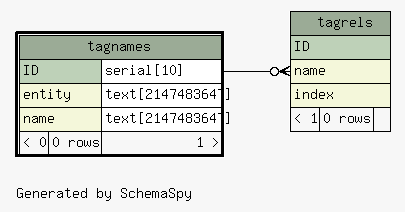
Before: diagrams/tagnames.1degree.png, a diagram exported from Graphviz (zeyosinc/zeyos-schema). Its source is kept beside it as diagrams/tagnames.1degree.dot.
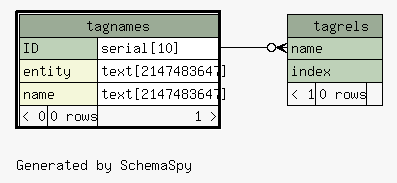
Above is the later version.

The edit, as a diff of the source:
```diff
@@ -34,9 +34,8 @@
     label=<
     <TABLE BORDER="0" CELLBORDER="1" CELLSPACING="0" BGCOLOR="#ffffff">
       <TR><TD COLSPAN="3" BGCOLOR="#9bab96" ALIGN="CENTER">tagrels</TD></TR>
-      <TR><TD PORT="ID" COLSPAN="3" BGCOLOR="#bed1b8" ALIGN="LEFT">ID</TD></TR>
-      <TR><TD PORT="name" COLSPAN="3" BGCOLOR="#f4f7da" ALIGN="LEFT">name</TD></TR>
-      <TR><TD PORT="index" COLSPAN="3" BGCOLOR="#f4f7da" ALIGN="LEFT">index</TD></TR>
+      <TR><TD PORT="name" COLSPAN="3" BGCOLOR="#bed1b8" ALIGN="LEFT">name</TD></TR>
+      <TR><TD PORT="index" COLSPAN="3" BGCOLOR="#bed1b8" ALIGN="LEFT">index</TD></TR>
       <TR><TD ALIGN="LEFT" BGCOLOR="#f7f7f7">&lt; 1</TD><TD ALIGN="RIGHT" BGCOLOR="#f7f7f7">0 rows</TD><TD ALIGN="RIGHT" BGCOLOR="#f7f7f7">  </TD></TR>
     </TABLE>>
     URL="tagrels.html"
```
